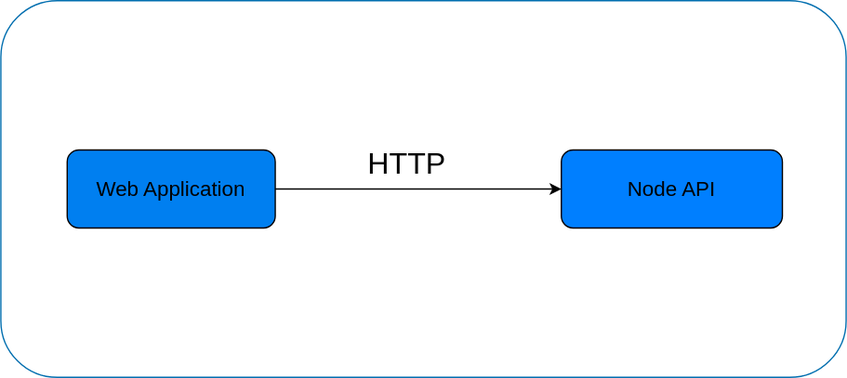
This is Architecture/Nasa Mission Control Project.svg from rohit11884/nasa-mission-control-dashboard, a draw.io export, as it was before one commit. Source tidied: cells renumbered, new cells last; positions are measured from the earlier drawing's top-left corner, leaving out a move shared by most shapes. Its diagram source:
```xml
<mxGraphModel>
  <root>
    <mxCell id="0" />
    <mxCell id="1" parent="0" />
    <mxCell id="2" style="rounded=1;whiteSpace=wrap;html=1;fontSize=16;fillColor=none;fontColor=#ffffff;strokeColor=#006EAF;gradientColor=#0E96F0;" parent="1" vertex="1">
      <mxGeometry width="650" height="290" as="geometry" />
    </mxCell>
    <mxCell id="3" value="&lt;font style=&quot;font-size: 16px;&quot;&gt;Web Application&lt;/font&gt;" style="rounded=1;whiteSpace=wrap;html=1;fillColor=#007FF0;" parent="1" vertex="1">
      <mxGeometry x="51" y="115" width="160" height="60" as="geometry" />
    </mxCell>
    <mxCell id="4" value="&lt;span style=&quot;font-size: 16px;&quot;&gt;Node API&lt;/span&gt;" style="rounded=1;whiteSpace=wrap;html=1;fillColor=#007FFF;" parent="1" vertex="1">
      <mxGeometry x="431" y="115" width="170" height="60" as="geometry" />
    </mxCell>
    <mxCell id="5" style="edgeStyle=orthogonalEdgeStyle;rounded=0;jettySize=auto;html=1;entryX=0;entryY=0.5;entryDx=0;entryDy=0;" parent="1" edge="1" source="3" target="4">
      <mxGeometry relative="1" as="geometry" />
    </mxCell>
    <mxCell id="6" value="HTTP" style="edgeLabel;html=1;align=center;verticalAlign=middle;spacing=2;fontSize=23;labelBackgroundColor=none;" parent="5" vertex="1">
      <mxGeometry x="-0.15" y="3" relative="1" as="geometry">
        <mxPoint x="7" y="-17" as="offset" />
      </mxGeometry>
    </mxCell>
  </root>
</mxGraphModel>
```
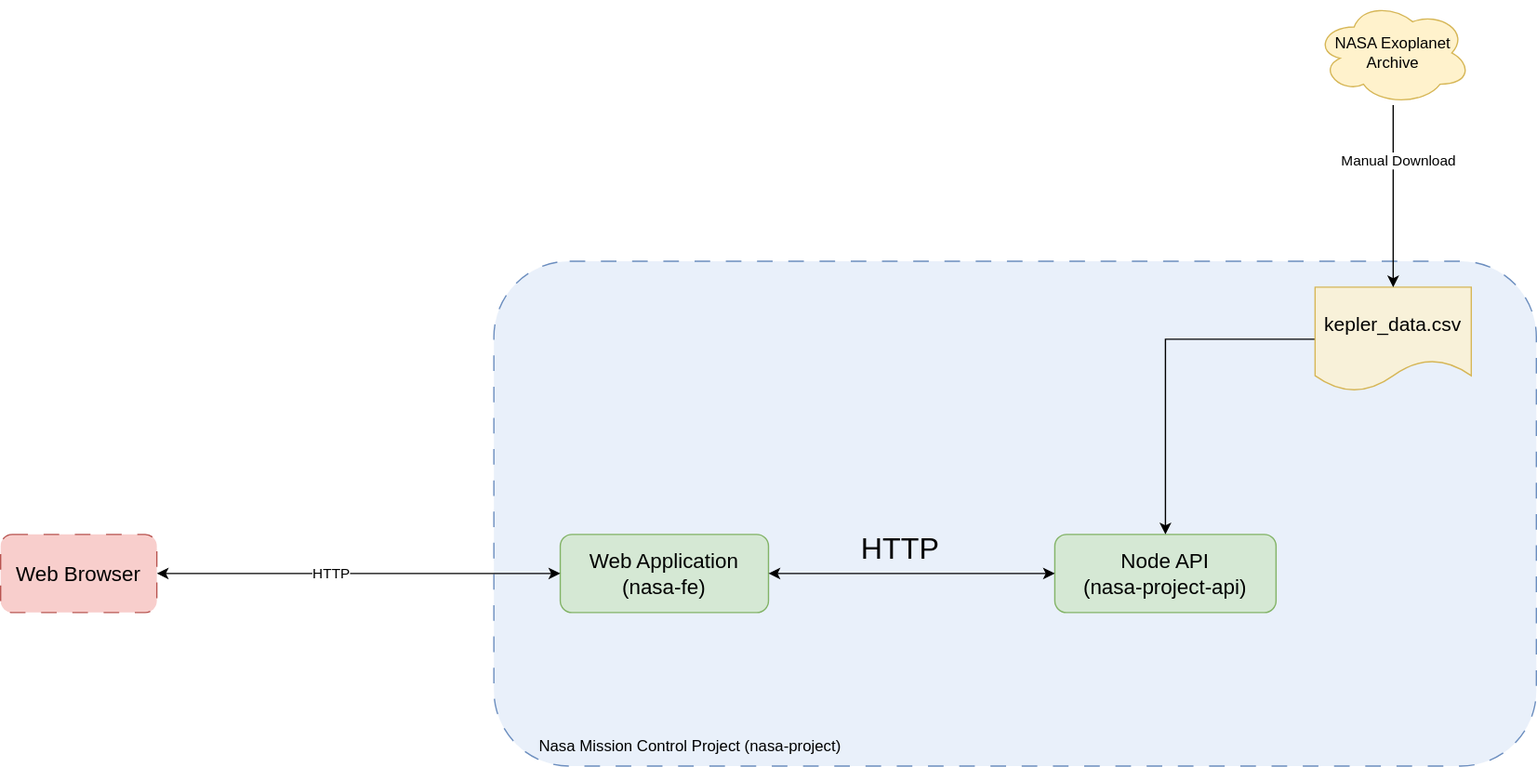
After the change.

What changed in the source:
```diff
@@ -2,16 +2,16 @@
   <root>
     <mxCell id="0" />
     <mxCell id="1" parent="0" />
-    <mxCell id="2" style="rounded=1;whiteSpace=wrap;html=1;fontSize=16;fillColor=none;fontColor=#ffffff;strokeColor=#006EAF;gradientColor=#0E96F0;" parent="1" vertex="1">
-      <mxGeometry width="650" height="290" as="geometry" />
+    <mxCell id="2" style="rounded=1;whiteSpace=wrap;html=1;fontSize=16;fillColor=#D4E1F5;strokeColor=#6c8ebf;dashed=1;dashPattern=12 12;fillOpacity=50;" parent="1" vertex="1">
+      <mxGeometry y="-95" width="801" height="388" as="geometry" />
     </mxCell>
-    <mxCell id="3" value="&lt;font style=&quot;font-size: 16px;&quot;&gt;Web Application&lt;/font&gt;" style="rounded=1;whiteSpace=wrap;html=1;fillColor=#007FF0;" parent="1" vertex="1">
+    <mxCell id="3" value="&lt;font style=&quot;font-size: 16px;&quot;&gt;Web Application&lt;br&gt;(nasa-fe)&lt;br&gt;&lt;/font&gt;" style="rounded=1;whiteSpace=wrap;html=1;fillColor=#d5e8d4;strokeColor=#82b366;" parent="1" vertex="1">
       <mxGeometry x="51" y="115" width="160" height="60" as="geometry" />
     </mxCell>
-    <mxCell id="4" value="&lt;span style=&quot;font-size: 16px;&quot;&gt;Node API&lt;/span&gt;" style="rounded=1;whiteSpace=wrap;html=1;fillColor=#007FFF;" parent="1" vertex="1">
+    <mxCell id="4" value="&lt;span style=&quot;font-size: 16px;&quot;&gt;Node API&lt;br&gt;(nasa-project-api)&lt;br&gt;&lt;/span&gt;" style="rounded=1;whiteSpace=wrap;html=1;fillColor=#d5e8d4;strokeColor=#82b366;" parent="1" vertex="1">
       <mxGeometry x="431" y="115" width="170" height="60" as="geometry" />
     </mxCell>
-    <mxCell id="5" style="edgeStyle=orthogonalEdgeStyle;rounded=0;jettySize=auto;html=1;entryX=0;entryY=0.5;entryDx=0;entryDy=0;" parent="1" edge="1" source="3" target="4">
+    <mxCell id="5" style="edgeStyle=orthogonalEdgeStyle;rounded=0;jettySize=auto;html=1;entryX=0;entryY=0.5;entryDx=0;entryDy=0;startArrow=classic;startFill=1;" parent="1" edge="1" source="3" target="4">
       <mxGeometry relative="1" as="geometry" />
     </mxCell>
     <mxCell id="6" value="HTTP" style="edgeLabel;html=1;align=center;verticalAlign=middle;spacing=2;fontSize=23;labelBackgroundColor=none;" parent="5" vertex="1">
@@ -19,5 +19,34 @@
         <mxPoint x="7" y="-17" as="offset" />
       </mxGeometry>
     </mxCell>
+    <mxCell id="7" value="Nasa Mission Control Project (nasa-project)" style="text;html=1;strokeColor=none;fillColor=none;align=center;verticalAlign=middle;whiteSpace=wrap;rounded=0;" parent="1" vertex="1">
+      <mxGeometry x="21" y="263" width="260" height="30" as="geometry" />
+    </mxCell>
+    <mxCell id="8" style="edgeStyle=orthogonalEdgeStyle;rounded=0;jettySize=auto;html=1;startArrow=classic;startFill=1;" parent="1" edge="1" source="10" target="3">
+      <mxGeometry relative="1" as="geometry" />
+    </mxCell>
+    <mxCell id="9" value="HTTP" style="edgeLabel;html=1;align=center;verticalAlign=middle;" parent="8" vertex="1">
+      <mxGeometry x="-0.14" y="1" relative="1" as="geometry" />
+    </mxCell>
+    <mxCell id="10" value="Web Browser" style="whiteSpace=wrap;html=1;fontSize=16;fillColor=#f8cecc;strokeColor=#b85450;rounded=1;dashed=1;dashPattern=12 12;" parent="1" vertex="1">
+      <mxGeometry x="-379" y="115" width="120" height="60" as="geometry" />
+    </mxCell>
+    <mxCell id="11" style="edgeStyle=orthogonalEdgeStyle;rounded=0;jettySize=auto;html=1;" parent="1" edge="1" source="12" target="4">
+      <mxGeometry relative="1" as="geometry" />
+    </mxCell>
+    <mxCell id="12" value="&lt;font style=&quot;font-size: 15px;&quot;&gt;kepler_data.csv&lt;/font&gt;" style="shape=document;whiteSpace=wrap;html=1;boundedLbl=1;fillColor=#fff2cc;strokeColor=#d6b656;fillStyle=auto;fillOpacity=70;" parent="1" vertex="1">
+      <mxGeometry x="631" y="-75" width="120" height="80" as="geometry" />
+    </mxCell>
+    <mxCell id="13" style="edgeStyle=orthogonalEdgeStyle;rounded=0;jettySize=auto;html=1;" parent="1" edge="1" source="15" target="12">
+      <mxGeometry relative="1" as="geometry" />
+    </mxCell>
+    <mxCell id="14" value="Manual Download" style="edgeLabel;html=1;align=center;verticalAlign=middle;" parent="13" vertex="1">
+      <mxGeometry x="-0.21" y="3" relative="1" as="geometry">
+        <mxPoint y="-13" as="offset" />
+      </mxGeometry>
+    </mxCell>
+    <mxCell id="15" value="NASA Exoplanet Archive" style="ellipse;shape=cloud;whiteSpace=wrap;html=1;fillColor=#fff2cc;strokeColor=#d6b656;" parent="1" vertex="1">
+      <mxGeometry x="631" y="-295" width="120" height="80" as="geometry" />
+    </mxCell>
   </root>
 </mxGraphModel>
```
